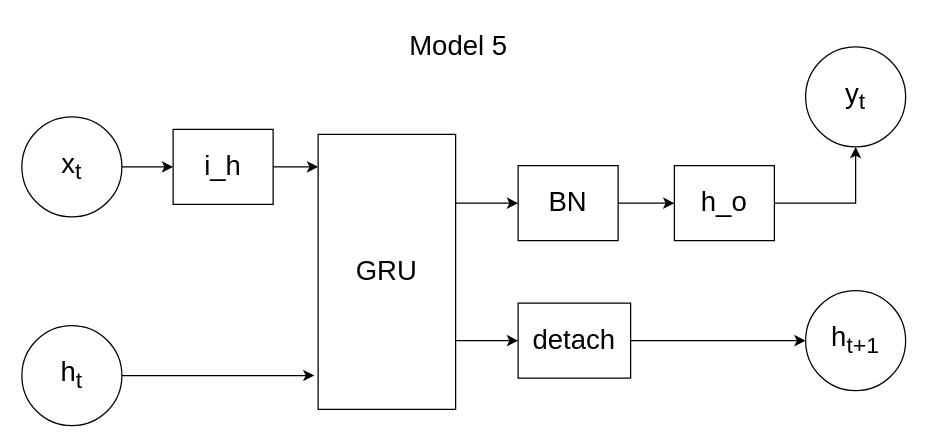
Earlier version of the draw.io diagram Model5.drawio (Mr-Ruben/ml). Source tidied: cells renumbered, new cells numbered last; positions are measured from the earlier drawing's top-left corner, leaving out a move shared by most shapes. Both pictures are drawn from the tidied source at 125%, with x=0, y=0 at pixel (21, 21).
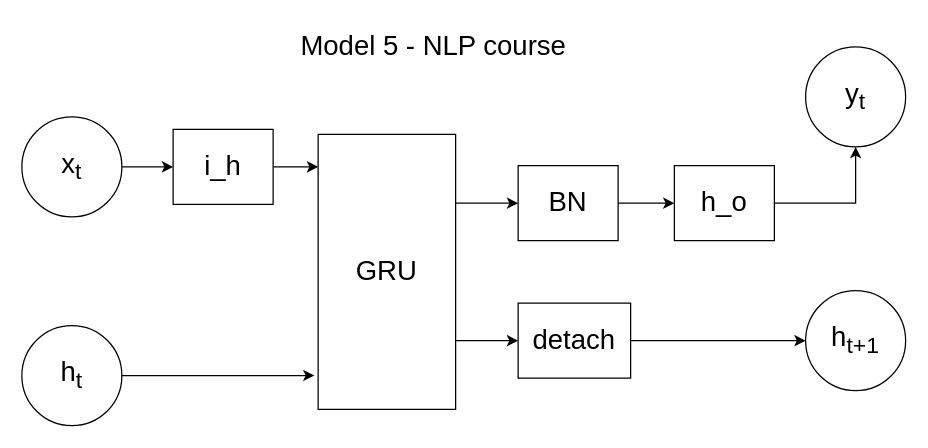
The same page after the edit.

The edit, as a diff of the source:
```diff
@@
-    <mxCell id="19" value="Model 5" style="text;html=1;strokeColor=none;fillColor=none;align=center;verticalAlign=middle;whiteSpace=wrap;rounded=0;fontSize=22;" parent="1" vertex="1">
-      <mxGeometry x="262" width="175" height="40" as="geometry" />
+    <mxCell id="19" value="Model 5 - NLP course" style="text;html=1;strokeColor=none;fillColor=none;align=center;verticalAlign=middle;whiteSpace=wrap;rounded=0;fontSize=22;" parent="1" vertex="1">
+      <mxGeometry x="197" width="265" height="40" as="geometry" />
     </mxCell>
```
